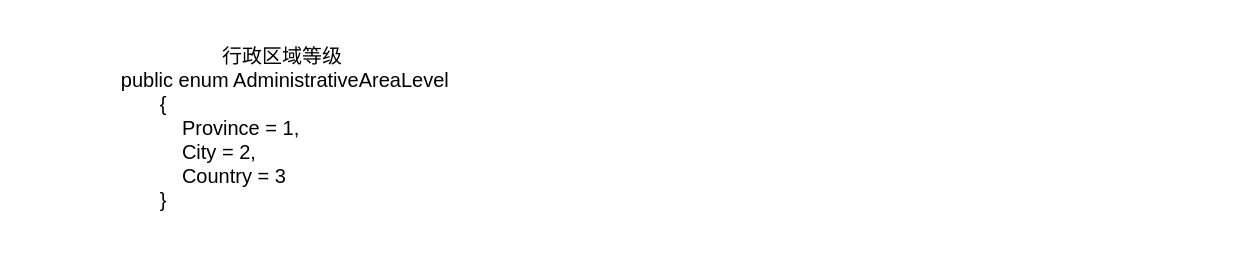
spinnoza/diagrams keeps this draw.io diagram as 医院同步.drawio. Above is the earlier version. Source tidied: cells renumbered, new cells numbered last; positions are measured from the earlier drawing's top-left corner, leaving out a move shared by most shapes. Both pictures are drawn from the tidied source at 100%, with x=0, y=0 at pixel (17, 17).
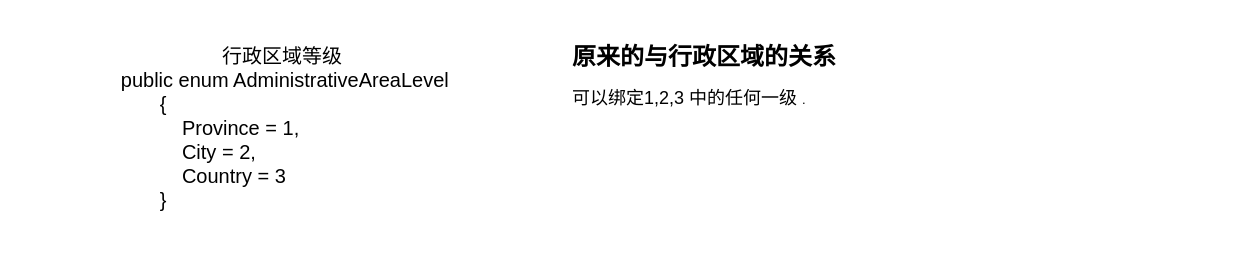
The same diagram, later.

Commit message (it also covers changes not shown here):
更新医院同步.drawio

Diff of the diagram source:
```diff
@@
 <mxGraphModel>
   <root>
     <mxCell id="0" />
     <mxCell id="1" parent="0" />
     <mxCell id="2" value="&lt;font style=&quot;font-size: 20px;&quot;&gt;行政区域等级&lt;br&gt;&lt;/font&gt;&lt;div style=&quot;font-size: 20px;&quot;&gt;&lt;font style=&quot;font-size: 20px;&quot;&gt;&amp;nbsp;public enum AdministrativeAreaLevel&lt;/font&gt;&lt;/div&gt;&lt;div style=&quot;text-align: left; font-size: 20px;&quot;&gt;&lt;font style=&quot;font-size: 20px;&quot;&gt;&amp;nbsp; &amp;nbsp; &amp;nbsp; &amp;nbsp; {&lt;/font&gt;&lt;/div&gt;&lt;div style=&quot;text-align: left; font-size: 20px;&quot;&gt;&lt;font style=&quot;font-size: 20px;&quot;&gt;&amp;nbsp; &amp;nbsp; &amp;nbsp; &amp;nbsp; &amp;nbsp; &amp;nbsp; Province = 1,&lt;/font&gt;&lt;/div&gt;&lt;div style=&quot;text-align: left; font-size: 20px;&quot;&gt;&lt;font style=&quot;font-size: 20px;&quot;&gt;&amp;nbsp; &amp;nbsp; &amp;nbsp; &amp;nbsp; &amp;nbsp; &amp;nbsp; City = 2,&lt;/font&gt;&lt;/div&gt;&lt;div style=&quot;text-align: left; font-size: 20px;&quot;&gt;&lt;font style=&quot;font-size: 20px;&quot;&gt;&amp;nbsp; &amp;nbsp; &amp;nbsp; &amp;nbsp; &amp;nbsp; &amp;nbsp; Country = 3&lt;/font&gt;&lt;/div&gt;&lt;div style=&quot;text-align: left; font-size: 20px;&quot;&gt;&lt;font style=&quot;font-size: 20px;&quot;&gt;&amp;nbsp; &amp;nbsp; &amp;nbsp; &amp;nbsp; }&lt;/font&gt;&lt;/div&gt;" style="text;html=1;strokeColor=none;fillColor=none;align=center;verticalAlign=middle;whiteSpace=wrap;rounded=0;" parent="1" vertex="1">
       <mxGeometry width="530" height="220" as="geometry" />
     </mxCell>
+    <mxCell id="3" value="&lt;h1&gt;原来的与行政区域的关系&lt;/h1&gt;&lt;p style=&quot;&quot;&gt;&lt;font style=&quot;font-size: 18px;&quot;&gt;可以绑定1,2,3 中的任何一级 &lt;/font&gt;&lt;span style=&quot;font-size: 13px;&quot;&gt;.&lt;/span&gt;&lt;/p&gt;" style="text;html=1;strokeColor=none;fillColor=none;spacing=5;spacingTop=-20;whiteSpace=wrap;overflow=hidden;rounded=0;" parent="1" vertex="1">
+      <mxGeometry x="550" y="20" width="670" height="170" as="geometry" />
+    </mxCell>
   </root>
 </mxGraphModel>
```
